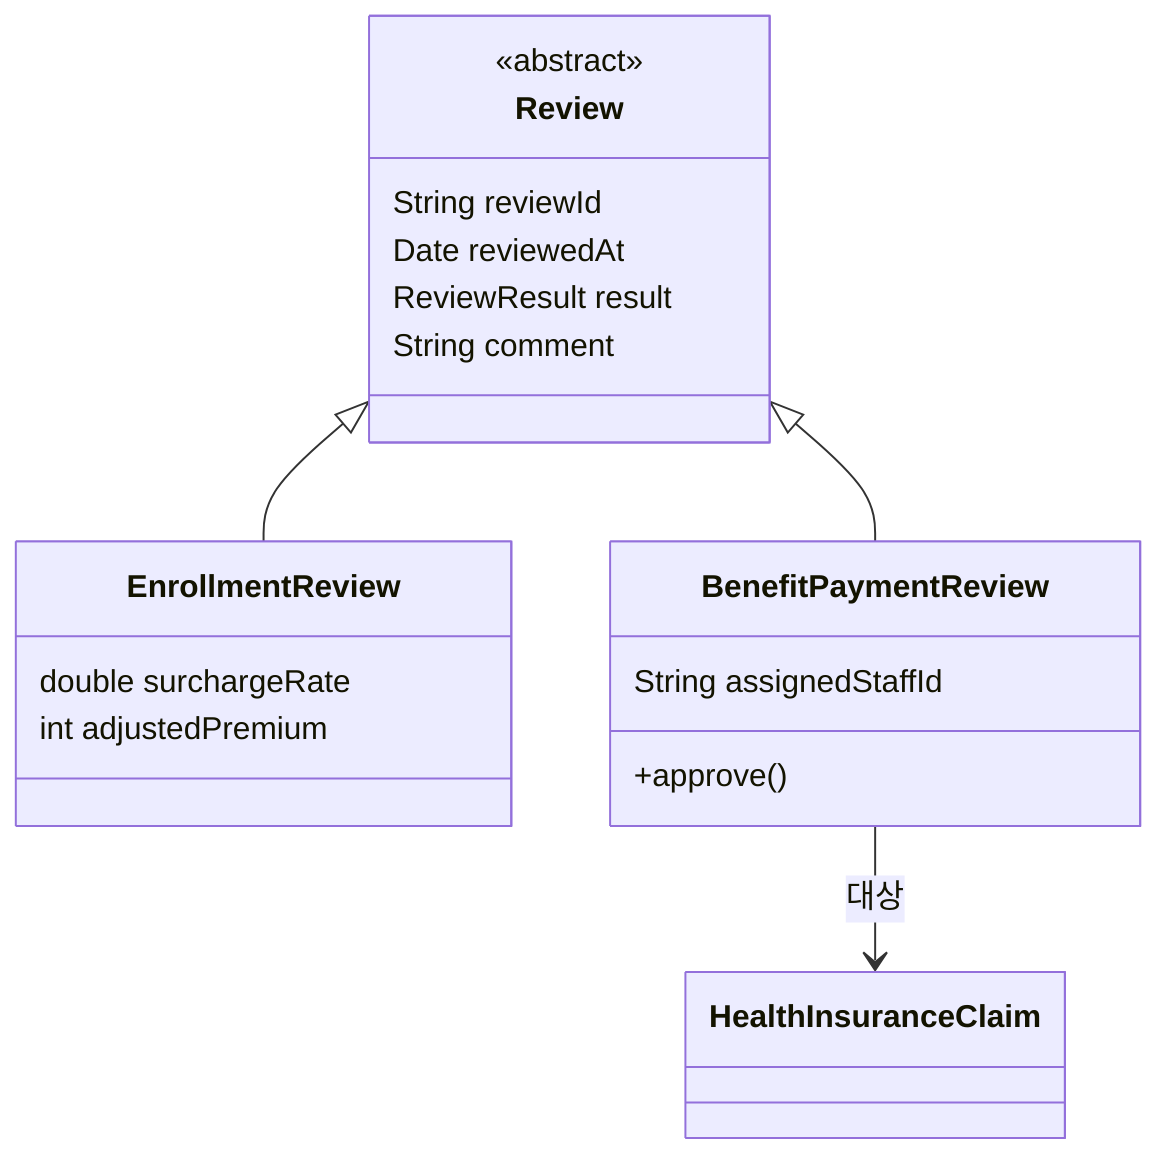
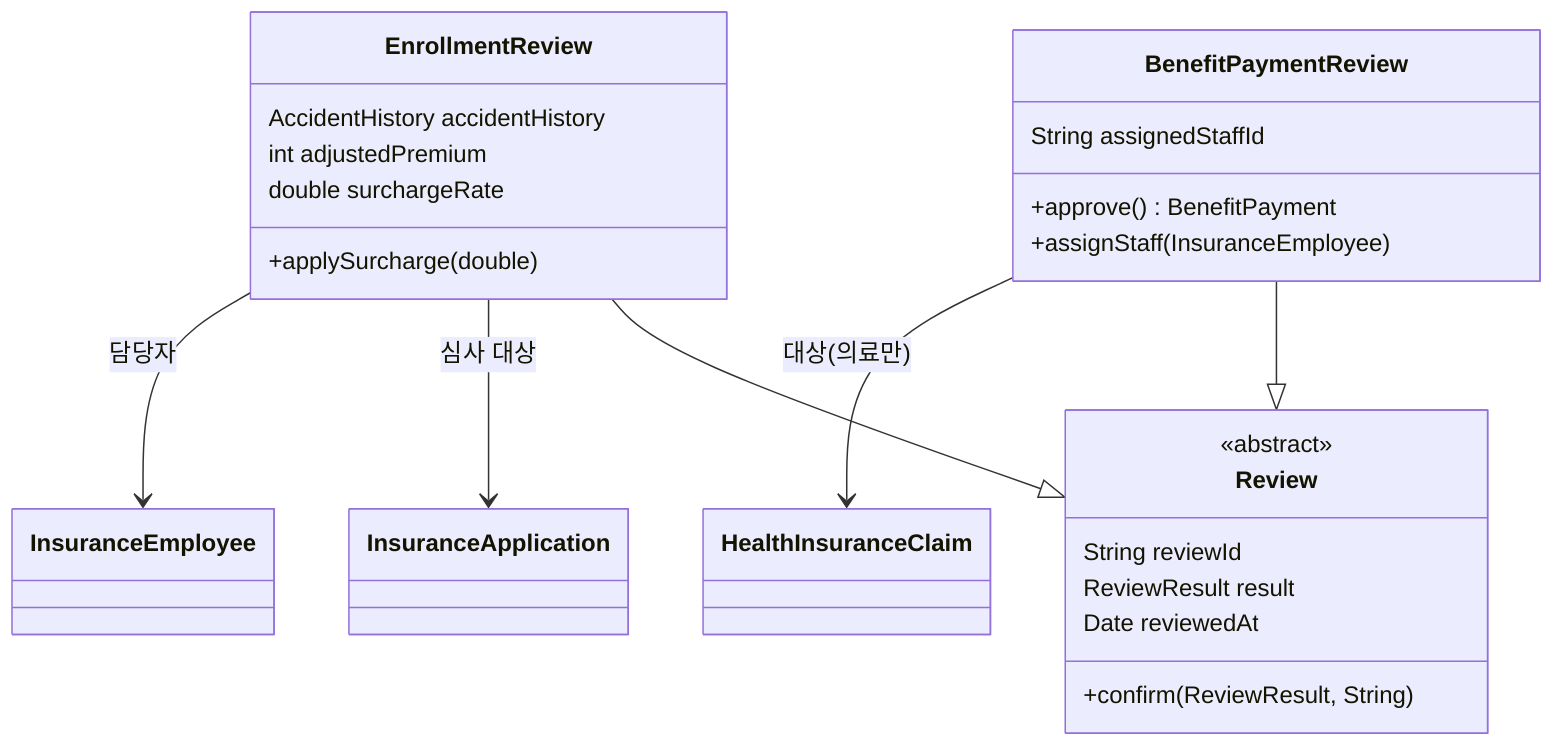
classDiagram
direction TB
class Review {
  <<abstract>>
  String reviewId
+   ReviewResult result
  Date reviewedAt
-   ReviewResult result
-   String comment
+   +confirm(ReviewResult, String)
}
class EnrollmentReview {
+   AccidentHistory accidentHistory
+   int adjustedPremium
  double surchargeRate
-   int adjustedPremium
+   +applySurcharge(double)
}
class BenefitPaymentReview {
  String assignedStaffId
-   +approve()
+   +approve() BenefitPayment
+   +assignStaff(InsuranceEmployee)
}
+ class InsuranceApplication
+ class InsuranceEmployee
class HealthInsuranceClaim
- Review <|-- EnrollmentReview
- Review <|-- BenefitPaymentReview
- BenefitPaymentReview --> HealthInsuranceClaim : 대상
+ EnrollmentReview --|> Review
+ BenefitPaymentReview --|> Review
+ EnrollmentReview --> InsuranceApplication : 심사 대상
+ EnrollmentReview --> InsuranceEmployee : 담당자
+ BenefitPaymentReview --> HealthInsuranceClaim : 대상(의료만)
